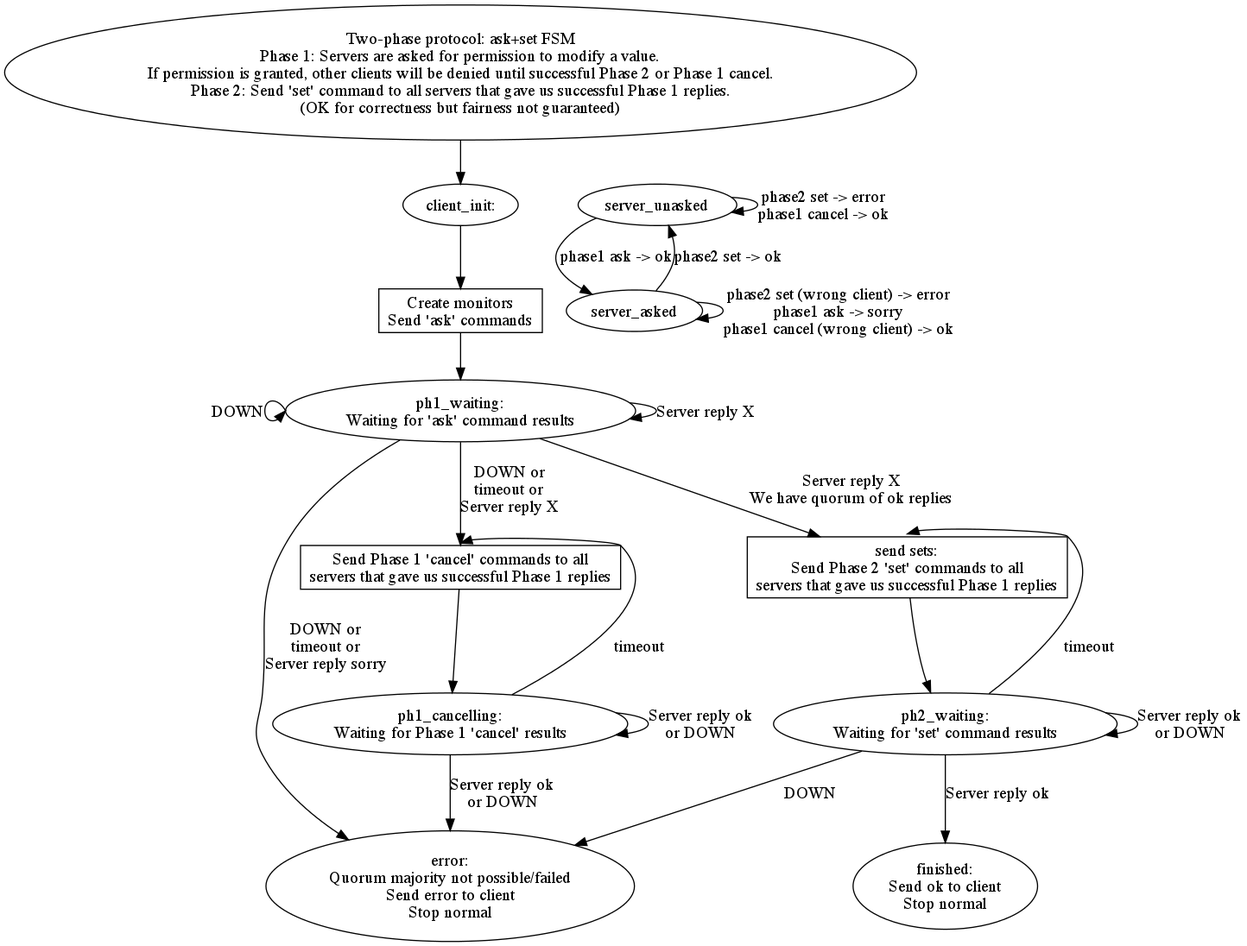
Earlier version of the Graphviz export doc/dot/distrib_counter_2phase_sim.png (slfritchie/msgdropsim). Its source is kept beside it as doc/dot/distrib_counter_2phase_sim.dot.
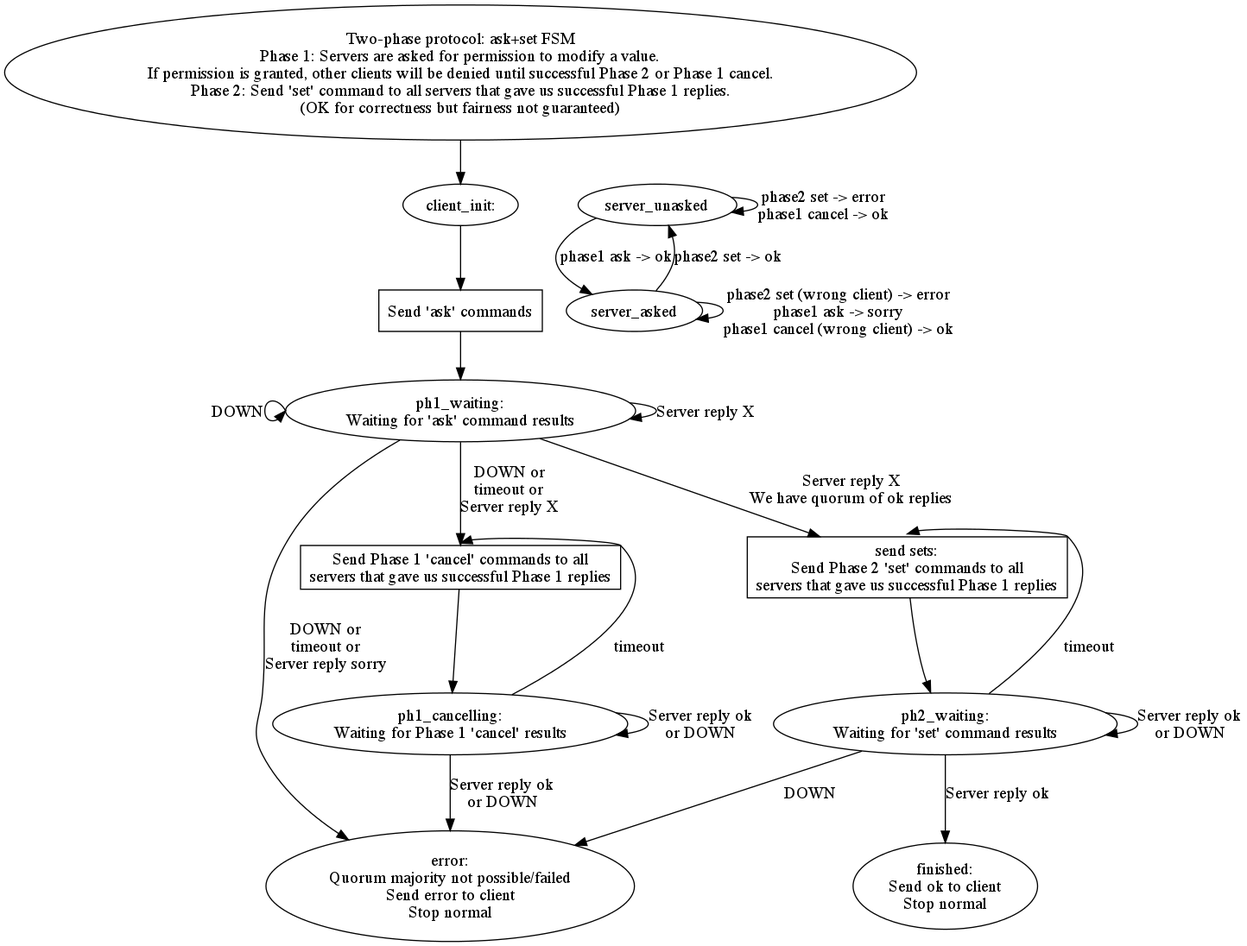
Above is the later version.

Change to the diagram source:
```diff
@@ -4,7 +4,7 @@
 
     init_ask_phase [label="client_init:"];
 
-    ask_phase [shape=box, label="Create monitors\nSend 'ask' commands"];
+    ask_phase [shape=box, label="Send 'ask' commands"];
 
     ph1_waiting [label="ph1_waiting:\nWaiting for 'ask' command results"];
 
```
